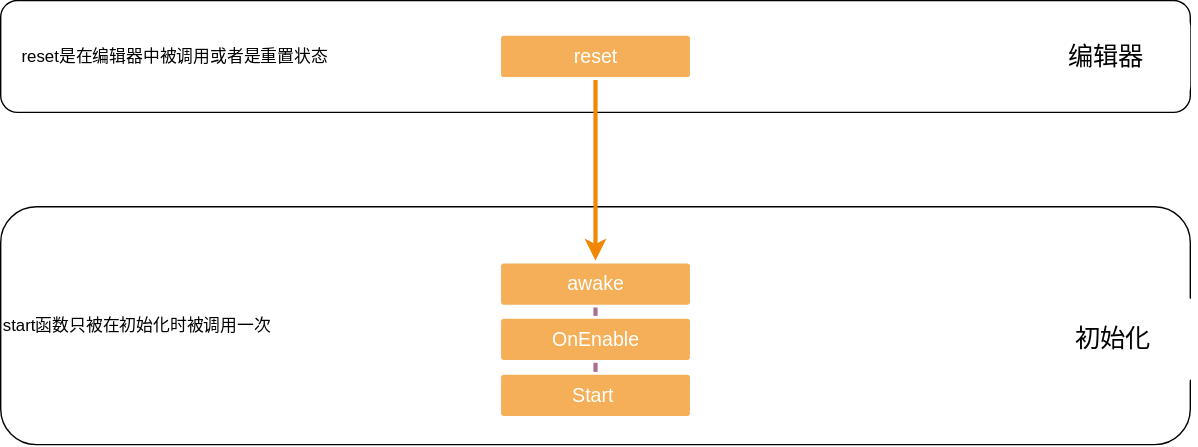
Earlier version of the draw.io export unitylearn.svg (SandWind/unitylearn). Source tidied: cells renumbered, new cells last; positions are measured from the earlier drawing's top-left corner, leaving out a move shared by most shapes.
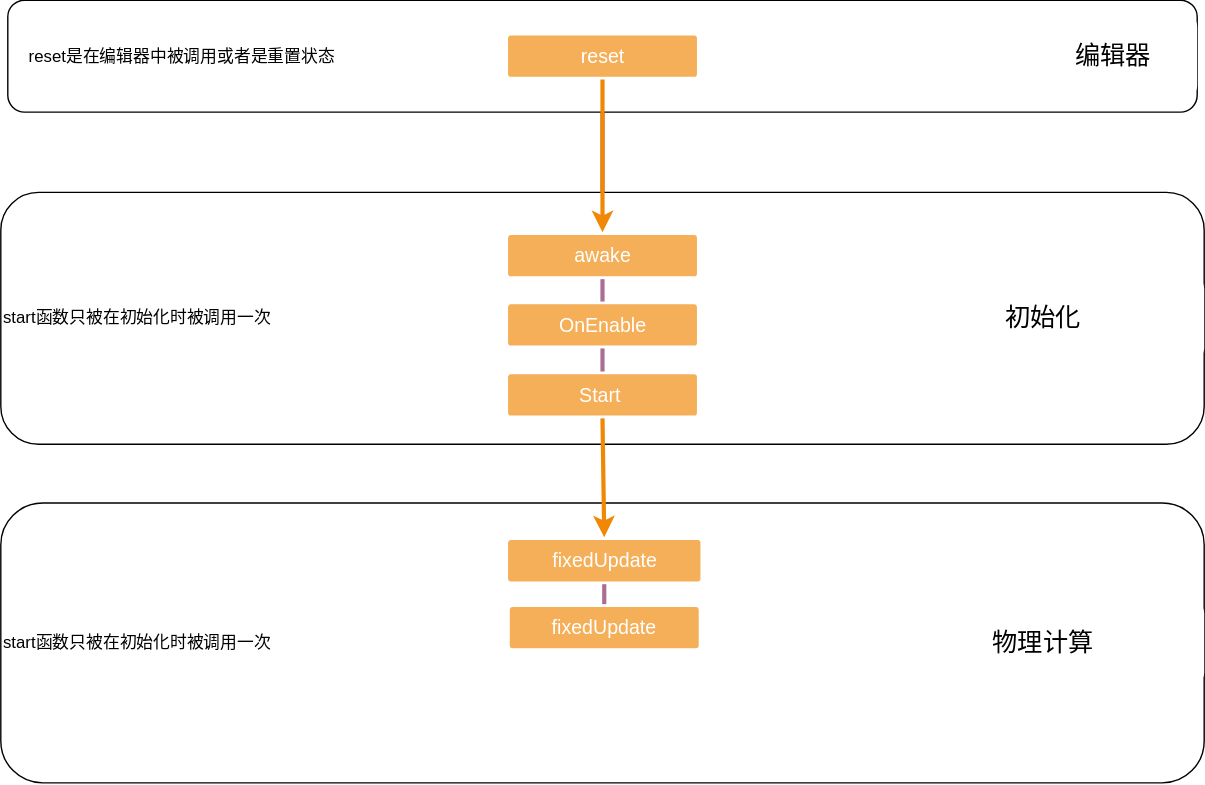
Above is the later version.

The edit, as a diff of the source:
```diff
@@ -2,8 +2,14 @@
   <root>
     <mxCell id="0" />
     <mxCell id="1" parent="0" />
+    <mxCell id="13" value="start函数只被在初始化时被调用一次" style="rounded=1;whiteSpace=wrap;html=1;align=left;" parent="1" vertex="1">
+      <mxGeometry x="-5" y="359" width="860" height="200" as="geometry" />
+    </mxCell>
+    <mxCell id="14" style="edgeStyle=orthogonalEdgeStyle;rounded=0;jettySize=auto;html=1;strokeColor=#AB6D94;strokeWidth=3;fontColor=#000000;" parent="1" edge="1" source="2" target="4">
+      <mxGeometry relative="1" as="geometry" />
+    </mxCell>
     <mxCell id="2" value="start函数只被在初始化时被调用一次" style="rounded=1;whiteSpace=wrap;html=1;align=left;" parent="1" vertex="1">
-      <mxGeometry y="147" width="850" height="170" as="geometry" />
+      <mxGeometry x="-5" y="137" width="860" height="180" as="geometry" />
     </mxCell>
     <mxCell id="3" value="&amp;nbsp; &amp;nbsp; reset是在编辑器中被调用或者是重置状态&amp;nbsp; &amp;nbsp; &amp;nbsp; &amp;nbsp; &amp;nbsp; &amp;nbsp; &amp;nbsp; &amp;nbsp; &amp;nbsp; &amp;nbsp; &amp;nbsp; &amp;nbsp; &amp;nbsp; &amp;nbsp; &amp;nbsp; &amp;nbsp; &amp;nbsp; &amp;nbsp; &amp;nbsp; &amp;nbsp; &amp;nbsp; &amp;nbsp; &amp;nbsp;&amp;nbsp;" style="rounded=1;whiteSpace=wrap;html=1;align=left;" parent="1" vertex="1">
       <mxGeometry y="-0.4" width="850" height="80" as="geometry" />
@@ -18,13 +24,13 @@
       <mxGeometry x="730" y="9.6" width="120" height="60" as="geometry" />
     </mxCell>
     <mxCell id="7" value="awake" style="rounded=1;whiteSpace=wrap;html=1;shadow=0;labelBackgroundColor=none;strokeColor=none;strokeWidth=3;fillColor=#f5af58;fontFamily=Helvetica;fontSize=14;fontColor=#FFFFFF;align=center;spacing=5;arcSize=7;perimeterSpacing=2;" parent="1" vertex="1">
-      <mxGeometry x="357.5" y="187.5" width="135" height="29.5" as="geometry" />
+      <mxGeometry x="357.5" y="167.5" width="135" height="29.5" as="geometry" />
     </mxCell>
     <mxCell id="8" style="endArrow=none;html=1;fontColor=#000000;entryX=0.5;entryY=1;entryDx=0;entryDy=0;strokeColor=#AB6D94;strokeWidth=3;" parent="1" edge="1" source="9" target="7">
       <mxGeometry relative="1" as="geometry" />
     </mxCell>
     <mxCell id="9" value="OnEnable" style="rounded=1;whiteSpace=wrap;html=1;shadow=0;labelBackgroundColor=none;strokeColor=none;strokeWidth=3;fillColor=#f5af58;fontFamily=Helvetica;fontSize=14;fontColor=#FFFFFF;align=center;spacing=5;arcSize=7;perimeterSpacing=2;" parent="1" vertex="1">
-      <mxGeometry x="357.5" y="227" width="135" height="29.5" as="geometry" />
+      <mxGeometry x="357.5" y="217" width="135" height="29.5" as="geometry" />
     </mxCell>
     <mxCell id="10" value="Start&amp;nbsp;" style="rounded=1;whiteSpace=wrap;html=1;shadow=0;labelBackgroundColor=none;strokeColor=none;strokeWidth=3;fillColor=#f5af58;fontFamily=Helvetica;fontSize=14;fontColor=#FFFFFF;align=center;spacing=5;arcSize=7;perimeterSpacing=2;" parent="1" vertex="1">
       <mxGeometry x="357.5" y="267" width="135" height="29.5" as="geometry" />
@@ -33,7 +39,22 @@
       <mxGeometry relative="1" as="geometry" />
     </mxCell>
     <mxCell id="12" value="&lt;span style=&quot;font-size: 18px&quot;&gt;初始化&lt;/span&gt;" style="rounded=1;whiteSpace=wrap;html=1;labelBackgroundColor=none;labelBorderColor=none;strokeColor=none;" parent="1" vertex="1">
-      <mxGeometry x="735" y="211.8" width="120" height="60" as="geometry" />
+      <mxGeometry x="625" y="197" width="230" height="60" as="geometry" />
     </mxCell>
+    <mxCell id="15" style="edgeStyle=none;rounded=0;jumpStyle=none;html=1;shadow=0;labelBackgroundColor=none;startArrow=none;startFill=0;endArrow=classic;endFill=1;jettySize=auto;strokeColor=#F08705;strokeWidth=3;fontFamily=Helvetica;fontSize=14;fontColor=#FFFFFF;spacing=5;entryX=0.5;entryY=0;entryDx=0;entryDy=0;exitX=0.5;exitY=1;exitDx=0;exitDy=0;" parent="1" edge="1" source="10" target="16">
+      <mxGeometry relative="1" as="geometry" />
+    </mxCell>
+    <mxCell id="16" value="fixedUpdate" style="rounded=1;whiteSpace=wrap;html=1;shadow=0;labelBackgroundColor=none;strokeColor=none;strokeWidth=3;fillColor=#f5af58;fontFamily=Helvetica;fontSize=14;fontColor=#FFFFFF;align=center;spacing=5;arcSize=7;perimeterSpacing=2;" parent="1" vertex="1">
+      <mxGeometry x="357.5" y="385.5" width="137.5" height="29.5" as="geometry" />
+    </mxCell>
+    <mxCell id="17" value="&lt;span style=&quot;font-size: 18px&quot;&gt;物理计算&lt;/span&gt;" style="rounded=1;whiteSpace=wrap;html=1;labelBackgroundColor=none;labelBorderColor=none;strokeColor=none;" parent="1" vertex="1">
+      <mxGeometry x="625" y="429" width="230" height="60" as="geometry" />
+    </mxCell>
+    <mxCell id="18" value="fixedUpdate" style="rounded=1;whiteSpace=wrap;html=1;shadow=0;labelBackgroundColor=none;strokeColor=none;strokeWidth=3;fillColor=#f5af58;fontFamily=Helvetica;fontSize=14;fontColor=#FFFFFF;align=center;spacing=5;arcSize=7;perimeterSpacing=2;" parent="1" vertex="1">
+      <mxGeometry x="358.8" y="433.2" width="135" height="29.5" as="geometry" />
+    </mxCell>
+    <mxCell id="19" style="endArrow=none;html=1;fontColor=#000000;entryX=0.5;entryY=1;entryDx=0;entryDy=0;strokeColor=#AB6D94;strokeWidth=3;exitX=0.5;exitY=0;exitDx=0;exitDy=0;" parent="1" edge="1" source="18" target="16">
+      <mxGeometry relative="1" as="geometry" />
+    </mxCell>
   </root>
 </mxGraphModel>
```
